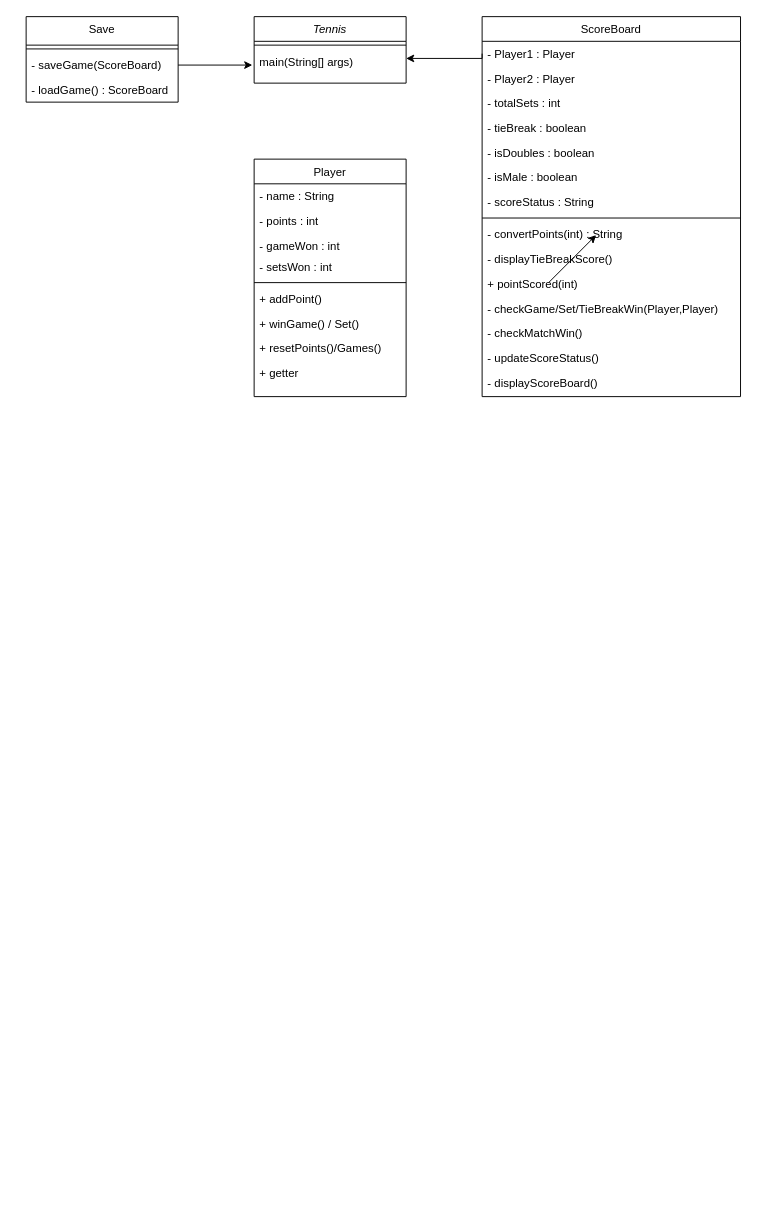
Above: tennisScorer클래스다이어그램(최종).drawio in msgggg1/TennisScorer (draw.io), before the change. Source tidied: cells renumbered, new cells numbered last; positions are measured from the earlier drawing's top-left corner, leaving out a move shared by most shapes. Both pictures are drawn from the tidied source at 95%, with x=0, y=0 at pixel (26, 16).
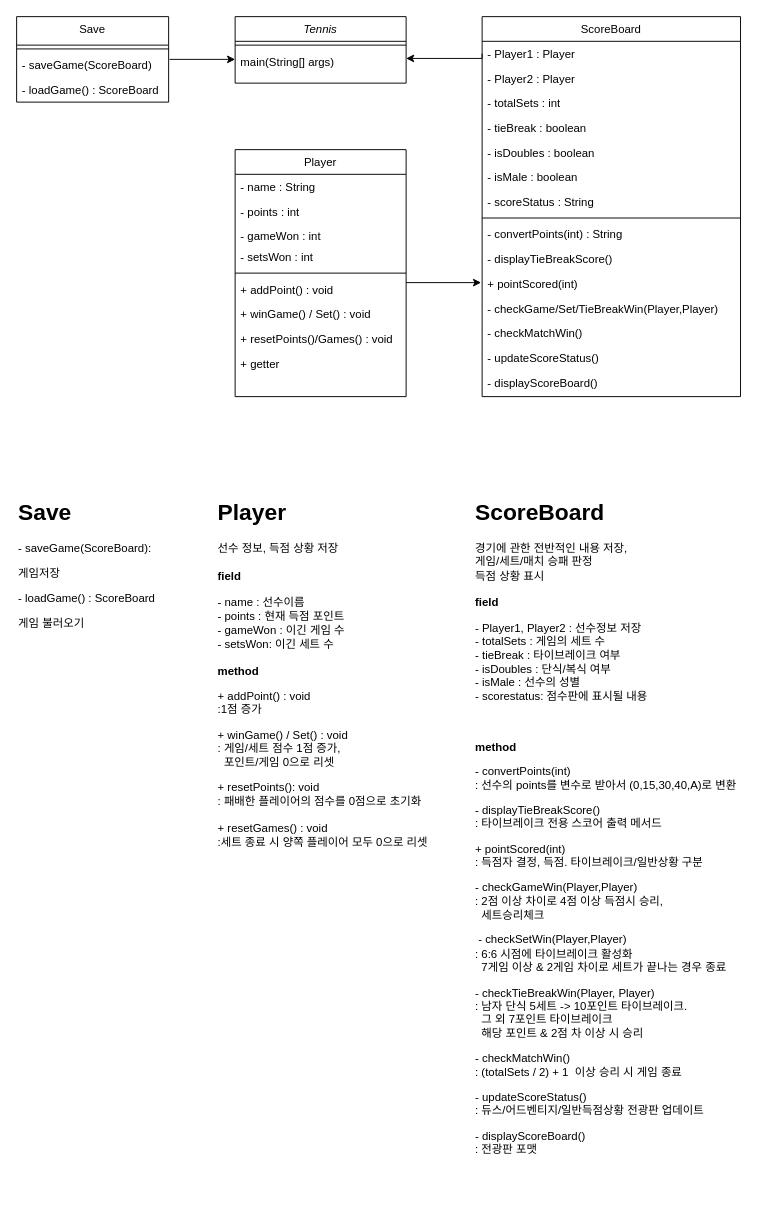
Above is the later version.

Commit message (it also covers changes not shown here):
tennisScorer클래스다이어그램(최종).drawio 업데이트

Unchanged cells that the change refers to:
```xml
<mxCell id="17" value="- saveGame(ScoreBoard)" style="text;align=left;verticalAlign=top;spacingLeft=4;spacingRight=4;overflow=hidden;points=[[0,0.5],[1,0.5]];portConstraint=eastwest;" parent="15" vertex="1">
  <mxGeometry y="38" width="160" height="26" as="geometry" />
</mxCell>
```

What changed in the source:
```diff
@@
     <mxCell id="2" value="Tennis" style="swimlane;fontStyle=2;align=center;verticalAlign=top;horizontal=1;startSize=26;rounded=0;shadow=0;strokeWidth=1;" parent="1" vertex="1">
-      <mxGeometry x="240" width="160" height="70" as="geometry" />
+      <mxGeometry x="220" width="180" height="70" as="geometry" />
     </mxCell>
     <mxCell id="3" style="line;html=1;strokeWidth=1;align=left;verticalAlign=middle;spacingTop=-1;spacingLeft=3;spacingRight=3;labelPosition=right;" parent="2" vertex="1">
-      <mxGeometry y="26" width="160" height="8" as="geometry" />
+      <mxGeometry y="26" width="180" height="8" as="geometry" />
     </mxCell>
     <mxCell id="4" value="main(String[] args)" style="text;align=left;verticalAlign=top;spacingLeft=4;spacingRight=4;overflow=hidden;points=[[0,0.5],[1,0.5]];portConstraint=eastwest;" parent="2" vertex="1">
-      <mxGeometry y="34" width="160" height="20" as="geometry" />
+      <mxGeometry y="34" width="180" height="20" as="geometry" />
     </mxCell>
     <mxCell id="5" value="Player" style="swimlane;fontStyle=0;align=center;verticalAlign=top;horizontal=1;startSize=26;rounded=0;shadow=0;strokeWidth=1;" parent="1" vertex="1">
-      <mxGeometry x="240" y="150" width="160" height="250" as="geometry" />
+      <mxGeometry x="220" y="140" width="180" height="260" as="geometry" />
     </mxCell>
     <mxCell id="6" value="- name : String" style="text;align=left;verticalAlign=top;spacingLeft=4;spacingRight=4;overflow=hidden;" parent="5" vertex="1">
-      <mxGeometry y="26" width="160" height="26" as="geometry" />
+      <mxGeometry y="26" width="180" height="26" as="geometry" />
     </mxCell>
     <mxCell id="7" value="- points : int" style="text;align=left;verticalAlign=top;spacingLeft=4;spacingRight=4;overflow=hidden;rounded=0;shadow=0;html=0;" parent="5" vertex="1">
-      <mxGeometry y="52" width="160" height="26" as="geometry" />
+      <mxGeometry y="52" width="180" height="26" as="geometry" />
     </mxCell>
     <mxCell id="8" value="- gameWon : int" style="text;align=left;verticalAlign=top;spacingLeft=4;spacingRight=4;overflow=hidden;rounded=0;shadow=0;html=0;" parent="5" vertex="1">
-      <mxGeometry y="78" width="160" height="22" as="geometry" />
+      <mxGeometry y="78" width="180" height="22" as="geometry" />
     </mxCell>
     <mxCell id="9" value="- setsWon : int" style="text;align=left;verticalAlign=top;spacingLeft=4;spacingRight=4;overflow=hidden;rounded=0;shadow=0;html=0;" parent="5" vertex="1">
-      <mxGeometry y="100" width="160" height="26" as="geometry" />
+      <mxGeometry y="100" width="180" height="26" as="geometry" />
     </mxCell>
     <mxCell id="10" style="line;html=1;strokeWidth=1;align=left;verticalAlign=middle;spacingTop=-1;spacingLeft=3;spacingRight=3;labelPosition=right;" parent="5" vertex="1">
-      <mxGeometry y="126" width="160" height="8" as="geometry" />
+      <mxGeometry y="126" width="180" height="8" as="geometry" />
     </mxCell>
-    <mxCell id="11" value="+ addPoint()&#10;" style="text;align=left;verticalAlign=top;spacingLeft=4;spacingRight=4;overflow=hidden;" parent="5" vertex="1">
-      <mxGeometry y="134" width="160" height="26" as="geometry" />
+    <mxCell id="11" value="+ addPoint() : void&#10;" style="text;align=left;verticalAlign=top;spacingLeft=4;spacingRight=4;overflow=hidden;" parent="5" vertex="1">
+      <mxGeometry y="134" width="180" height="26" as="geometry" />
     </mxCell>
-    <mxCell id="12" value="+ winGame() / Set()&#10;" style="text;align=left;verticalAlign=top;spacingLeft=4;spacingRight=4;overflow=hidden;rounded=0;shadow=0;html=0;" parent="5" vertex="1">
-      <mxGeometry y="160" width="160" height="26" as="geometry" />
+    <mxCell id="12" value="+ winGame() / Set() : void&#10;" style="text;align=left;verticalAlign=top;spacingLeft=4;spacingRight=4;overflow=hidden;rounded=0;shadow=0;html=0;" parent="5" vertex="1">
+      <mxGeometry y="160" width="180" height="26" as="geometry" />
     </mxCell>
-    <mxCell id="13" value="+ resetPoints()/Games()" style="text;align=left;verticalAlign=top;spacingLeft=4;spacingRight=4;overflow=hidden;rounded=0;shadow=0;html=0;" parent="5" vertex="1">
-      <mxGeometry y="186" width="160" height="26" as="geometry" />
+    <mxCell id="13" value="+ resetPoints()/Games() : void" style="text;align=left;verticalAlign=top;spacingLeft=4;spacingRight=4;overflow=hidden;rounded=0;shadow=0;html=0;" parent="5" vertex="1">
+      <mxGeometry y="186" width="180" height="26" as="geometry" />
     </mxCell>
     <mxCell id="14" value="+ getter" style="text;align=left;verticalAlign=top;spacingLeft=4;spacingRight=4;overflow=hidden;rounded=0;shadow=0;html=0;" parent="5" vertex="1">
-      <mxGeometry y="212" width="160" height="26" as="geometry" />
+      <mxGeometry y="212" width="180" height="26" as="geometry" />
     </mxCell>
     <mxCell id="15" value="Save" style="swimlane;fontStyle=0;align=center;verticalAlign=top;horizontal=1;startSize=30;rounded=0;shadow=0;strokeWidth=1;" parent="1" vertex="1">
-      <mxGeometry width="160" height="90" as="geometry" />
+      <mxGeometry x="-10" width="160" height="90" as="geometry" />
     </mxCell>
@@
-    <mxCell id="35" style="endArrow=classic;html=1;rounded=0;" parent="1" edge="1">
-      <mxGeometry relative="1" as="geometry">
-        <mxPoint x="550" y="280" as="sourcePoint" />
-        <mxPoint x="600" y="230" as="targetPoint" />
-      </mxGeometry>
-    </mxCell>
@@
-    <mxCell id="37" style="edgeStyle=orthogonalEdgeStyle;rounded=0;jettySize=auto;html=1;exitX=1;exitY=0.5;exitDx=0;exitDy=0;entryX=-0.012;entryY=0.85;entryDx=0;entryDy=0;entryPerimeter=0;" parent="1" edge="1" source="17" target="4">
-      <mxGeometry relative="1" as="geometry" />
+    <mxCell id="37" style="edgeStyle=orthogonalEdgeStyle;rounded=0;orthogonalLoop=1;jettySize=auto;html=1;exitX=1;exitY=0.5;exitDx=0;exitDy=0;" parent="1" edge="1">
+      <mxGeometry relative="1" as="geometry">
+        <mxPoint x="151" y="45" as="sourcePoint" />
+        <mxPoint x="220" y="45" as="targetPoint" />
+      </mxGeometry>
     </mxCell>
+    <mxCell id="38" style="edgeStyle=orthogonalEdgeStyle;rounded=0;orthogonalLoop=1;jettySize=auto;html=1;exitX=1;exitY=0.5;exitDx=0;exitDy=0;entryX=-0.004;entryY=0.808;entryDx=0;entryDy=0;entryPerimeter=0;" parent="1" edge="1">
+      <mxGeometry relative="1" as="geometry">
+        <mxPoint x="400" y="280" as="sourcePoint" />
+        <mxPoint x="478.9" y="280" as="targetPoint" />
+      </mxGeometry>
+    </mxCell>
+    <mxCell id="39" value="&lt;h1 style=&quot;margin-top: 0px;&quot;&gt;Save&lt;/h1&gt;&lt;p&gt;&lt;span style=&quot;text-wrap-mode: nowrap;&quot;&gt;- saveGame(ScoreBoard):&lt;/span&gt;&lt;/p&gt;&lt;p&gt;&lt;span style=&quot;text-wrap-mode: nowrap;&quot;&gt;게임저장&lt;/span&gt;&lt;/p&gt;&lt;p&gt;&lt;span style=&quot;text-wrap-mode: nowrap;&quot;&gt;- loadGame() : ScoreBoard&lt;/span&gt;&lt;span style=&quot;text-wrap-mode: nowrap;&quot;&gt;&lt;/span&gt;&lt;/p&gt;&lt;p&gt;&lt;span style=&quot;text-wrap-mode: nowrap;&quot;&gt;게임 불러오기&lt;/span&gt;&lt;/p&gt;" style="text;html=1;whiteSpace=wrap;overflow=hidden;rounded=0;" parent="1" vertex="1">
+      <mxGeometry x="-10" y="501" width="180" height="150" as="geometry" />
+    </mxCell>
+    <mxCell id="40" value="&lt;h1 style=&quot;margin-top: 0px;&quot;&gt;Player&lt;/h1&gt;&lt;div&gt;선수 정보, 득점 상황 저장&lt;/div&gt;&lt;div&gt;&lt;br&gt;&lt;/div&gt;&lt;div&gt;&lt;b&gt;field&lt;/b&gt;&lt;/div&gt;&lt;div&gt;&lt;b&gt;&lt;br&gt;&lt;/b&gt;&lt;/div&gt;&lt;div&gt;- name : 선수이름&lt;/div&gt;&lt;div&gt;- points : 현재 득점 포인트&amp;nbsp;&lt;/div&gt;&lt;div&gt;- gameWon : 이긴 게임 수&amp;nbsp;&lt;/div&gt;&lt;div&gt;- setsWon: 이긴 세트 수&amp;nbsp;&lt;/div&gt;&lt;div&gt;&lt;br&gt;&lt;/div&gt;&lt;div&gt;&lt;b&gt;method&lt;/b&gt;&lt;/div&gt;&lt;p&gt;+ addPoint() : void&lt;br&gt;&lt;span style=&quot;background-color: transparent; color: light-dark(rgb(0, 0, 0), rgb(255, 255, 255));&quot;&gt;:1점 증가&lt;/span&gt;&lt;/p&gt;&lt;p&gt;+ winGame() / Set() : void&lt;br&gt;&lt;span style=&quot;background-color: transparent; color: light-dark(rgb(0, 0, 0), rgb(255, 255, 255));&quot;&gt;: 게임/세트 점수 1점 증가,&amp;nbsp;&lt;br&gt;&lt;/span&gt;&lt;span style=&quot;background-color: transparent; color: light-dark(rgb(0, 0, 0), rgb(255, 255, 255));&quot;&gt;&amp;nbsp; 포인트/게임 0으로 리셋&lt;/span&gt;&lt;/p&gt;&lt;div style=&quot;padding: 0px; margin: 0px;&quot;&gt;&lt;span style=&quot;text-wrap-mode: nowrap; background-color: transparent; color: light-dark(rgb(0, 0, 0), rgb(255, 255, 255));&quot;&gt;+ resetPoints(): void&lt;/span&gt;&lt;/div&gt;&lt;div style=&quot;padding: 0px; margin: 0px;&quot;&gt;&lt;span style=&quot;text-wrap-mode: nowrap;&quot;&gt;: 패배한 플레이어의 점수를 0점으로 초기화&lt;/span&gt;&lt;/div&gt;&lt;div style=&quot;padding: 0px; margin: 0px;&quot;&gt;&lt;span style=&quot;text-wrap-mode: nowrap;&quot;&gt;&lt;br&gt;&lt;/span&gt;&lt;/div&gt;&lt;div style=&quot;padding: 0px; margin: 0px;&quot;&gt;&lt;span style=&quot;text-wrap-mode: nowrap;&quot;&gt;+ resetGames() : void&lt;/span&gt;&lt;/div&gt;&lt;div style=&quot;padding: 0px; margin: 0px;&quot;&gt;&lt;span style=&quot;text-wrap-mode: nowrap;&quot;&gt;:세트 종료 시 양쪽 플레이어 모두 0으로 리셋&lt;br&gt;&lt;br&gt;&lt;/span&gt;&lt;/div&gt;&lt;div style=&quot;padding: 0px; margin: 0px;&quot;&gt;&lt;br&gt;&lt;/div&gt;&lt;div style=&quot;padding: 0px; margin: 0px;&quot;&gt;&lt;br style=&quot;padding: 0px; margin: 0px; text-wrap-mode: nowrap;&quot;&gt;&lt;/div&gt;" style="text;html=1;whiteSpace=wrap;overflow=hidden;rounded=0;" parent="1" vertex="1">
+      <mxGeometry x="200" y="501" width="240" height="399" as="geometry" />
+    </mxCell>
+    <mxCell id="41" value="&lt;h1 style=&quot;margin-top: 0px;&quot;&gt;ScoreBoard&lt;/h1&gt;&lt;div&gt;경기에 관한 전반적인 내용 저장,&lt;/div&gt;&lt;div&gt;게임/세트/매치 승패 판정&lt;/div&gt;&lt;div&gt;득점 상황 표시&lt;/div&gt;&lt;div&gt;&lt;br&gt;&lt;/div&gt;&lt;div&gt;&lt;b&gt;field&lt;/b&gt;&lt;/div&gt;&lt;p&gt;- Player1, Player2 : 선수정보 저장&lt;br&gt;- totalSets : 게임의 세트 수&lt;br&gt;- tieBreak : 타이브레이크 여부&lt;br&gt;- isDoubles : 단식/복식 여부&lt;br&gt;- isMale : 선수의 성별&lt;br&gt;- scorestatus: 점수판에 표시될 내용&lt;/p&gt;&lt;p&gt;&lt;br&gt;&lt;/p&gt;&lt;p&gt;&lt;b&gt;method&lt;/b&gt;&lt;/p&gt;&lt;p&gt;- convertPoints(int)&lt;br&gt;&lt;span style=&quot;background-color: transparent; color: light-dark(rgb(0, 0, 0), rgb(255, 255, 255));&quot;&gt;: 선수의 points를 변수로 받아서 (0,15,30,40,A)로 변환&lt;/span&gt;&lt;/p&gt;&lt;p&gt;-&amp;nbsp;&lt;span style=&quot;text-wrap-mode: nowrap; background-color: transparent; color: light-dark(rgb(0, 0, 0), rgb(255, 255, 255));&quot;&gt;displayTieBreakScore()&lt;br&gt;&lt;/span&gt;&lt;span style=&quot;background-color: transparent; color: light-dark(rgb(0, 0, 0), rgb(255, 255, 255)); text-wrap-mode: nowrap;&quot;&gt;:&amp;nbsp;&lt;/span&gt;&lt;span style=&quot;background-color: transparent; color: light-dark(rgb(0, 0, 0), rgb(255, 255, 255)); text-wrap-mode: nowrap;&quot;&gt;타이브레이크 전용 스코어 출력 메서드&lt;/span&gt;&lt;/p&gt;&lt;p&gt;&lt;span style=&quot;text-wrap-mode: nowrap;&quot;&gt;+ pointScored(int)&amp;nbsp;&lt;br&gt;&lt;/span&gt;&lt;span style=&quot;text-wrap-mode: nowrap; background-color: transparent; color: light-dark(rgb(0, 0, 0), rgb(255, 255, 255));&quot;&gt;: 득점자 결정, 득점. 타이브레이크/일반상황 구분&lt;/span&gt;&lt;/p&gt;&lt;p&gt;&lt;span style=&quot;text-wrap-mode: nowrap;&quot;&gt;- checkGameWin(Player,Player)&lt;br&gt;&lt;/span&gt;&lt;span style=&quot;text-wrap-mode: nowrap; background-color: transparent; color: light-dark(rgb(0, 0, 0), rgb(255, 255, 255));&quot;&gt;: 2점 이상 차이로 4점 이상 득점시 승리,&amp;nbsp;&lt;br&gt;&lt;/span&gt;&lt;span style=&quot;background-color: transparent; color: light-dark(rgb(0, 0, 0), rgb(255, 255, 255)); text-wrap-mode: nowrap;&quot;&gt;&amp;nbsp; 세트승리체크&lt;/span&gt;&lt;/p&gt;&lt;p&gt;&lt;span style=&quot;text-wrap-mode: nowrap;&quot;&gt;&amp;nbsp;- checkSetWin&lt;/span&gt;&lt;span style=&quot;text-wrap-mode: nowrap; background-color: transparent; color: light-dark(rgb(0, 0, 0), rgb(255, 255, 255));&quot;&gt;(Player,Player)&lt;br&gt;:&amp;nbsp;&lt;/span&gt;&lt;span style=&quot;background-color: transparent;&quot;&gt;&lt;span style=&quot;text-wrap-mode: nowrap;&quot;&gt;6:6 시점에 타이브레이크 활성화&lt;/span&gt;&lt;br&gt;&lt;span style=&quot;text-wrap-mode: nowrap;&quot;&gt;&amp;nbsp; 7게임 이상 &amp;amp; 2게임 차이로 세트가 끝나는 경우 종료&lt;/span&gt;&lt;/span&gt;&lt;/p&gt;&lt;p&gt;&lt;span style=&quot;background-color: transparent; color: light-dark(rgb(0, 0, 0), rgb(255, 255, 255)); text-wrap-mode: nowrap;&quot;&gt;-&amp;nbsp;&lt;/span&gt;&lt;span style=&quot;background-color: transparent; text-wrap-mode: nowrap;&quot;&gt;checkTieBreakWin(Player, Player)&lt;br&gt;&lt;/span&gt;&lt;span style=&quot;background-color: transparent; color: light-dark(rgb(0, 0, 0), rgb(255, 255, 255)); text-wrap-mode: nowrap;&quot;&gt;: 남자 단식 5세트 -&amp;gt; 10포인트 타이브레이크. &lt;br&gt;&amp;nbsp; 그 외 7포인트 타이브레이크&lt;/span&gt;&lt;span style=&quot;background-color: transparent;&quot;&gt;&lt;br&gt;&lt;span style=&quot;text-wrap-mode: nowrap;&quot;&gt;&amp;nbsp; 해당 포인트 &amp;amp; 2점 차 이상 시 승리&lt;/span&gt;&lt;/span&gt;&lt;/p&gt;&lt;p&gt;&lt;span style=&quot;background-color: transparent;&quot;&gt;&lt;span style=&quot;text-wrap-mode: nowrap;&quot;&gt;-&amp;nbsp;&lt;/span&gt;&lt;/span&gt;&lt;span style=&quot;background-color: transparent; text-wrap-mode: nowrap;&quot;&gt;checkMatchWin()&lt;br&gt;:&amp;nbsp;&lt;/span&gt;&lt;span style=&quot;background-color: transparent; text-wrap-mode: nowrap;&quot;&gt;(totalSets / 2) + 1&amp;nbsp; 이상 승리 시 게임 종료&lt;/span&gt;&lt;/p&gt;&lt;p&gt;&lt;span style=&quot;text-wrap-mode: nowrap; background-color: transparent; color: light-dark(rgb(0, 0, 0), rgb(255, 255, 255));&quot;&gt;- updateScoreStatus()&lt;br&gt;: 듀스/어드벤티지/일반득점상황 전광판 업데이트&lt;br&gt;&lt;/span&gt;&lt;/p&gt;&lt;p&gt;&lt;span style=&quot;text-wrap-mode: nowrap; background-color: transparent; color: light-dark(rgb(0, 0, 0), rgb(255, 255, 255));&quot;&gt;- displayScoreBoard()&lt;br&gt;: 전광판 포맷&lt;/span&gt;&lt;/p&gt;" style="text;html=1;whiteSpace=wrap;overflow=hidden;rounded=0;" parent="1" vertex="1">
+      <mxGeometry x="471" y="501" width="290" height="749" as="geometry" />
+    </mxCell>
```
